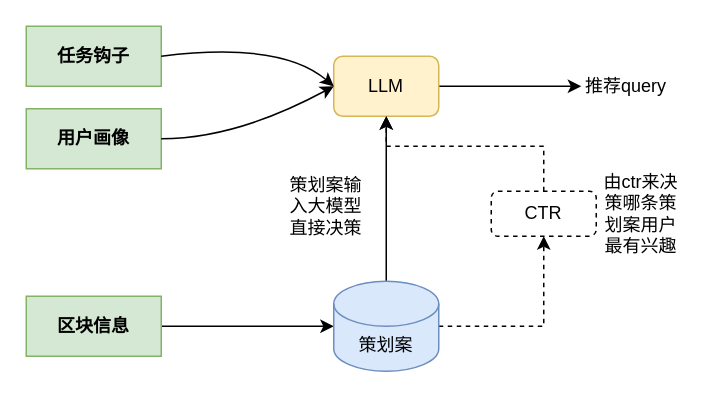
Above: 长按策划方案.drawio in ZhangHammer/ZhangHammer (draw.io), before the change. Source tidied: cells renumbered, new cells numbered last; positions are measured from the earlier drawing's top-left corner, leaving out a move shared by most shapes. Both pictures are drawn from the tidied source at 150%, with x=0, y=0 at pixel (26, 26).
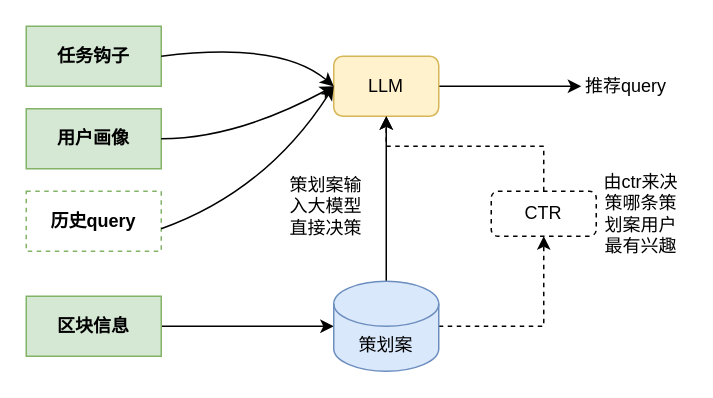
After the change.

Commit message:
长按策划方案.drawio

The change refers to these unchanged cells:
```xml
<mxCell id="7" value="LLM" style="rounded=1;whiteSpace=wrap;html=1;fillColor=#fff2cc;strokeColor=#d6b656;" parent="1" vertex="1">
  <mxGeometry x="205" y="20" width="70" height="40" as="geometry" />
</mxCell>
```

The edit, as a diff of the source:
```diff
@@
+    <mxCell id="18" value="&lt;b&gt;历史query&lt;/b&gt;" style="rounded=0;whiteSpace=wrap;html=1;fillColor=none;strokeColor=#82b366;dashed=1;" parent="1" vertex="1">
+      <mxGeometry y="110" width="90" height="40" as="geometry" />
+    </mxCell>
+    <mxCell id="19" style="curved=1;endArrow=classic;html=1;rounded=0;entryX=0;entryY=0.5;entryDx=0;entryDy=0;" parent="1" edge="1" target="7">
+      <mxGeometry relative="1" as="geometry">
+        <mxPoint x="90" y="135" as="sourcePoint" />
+        <Array as="points">
+          <mxPoint x="160" y="110" />
+        </Array>
+      </mxGeometry>
+    </mxCell>
```
